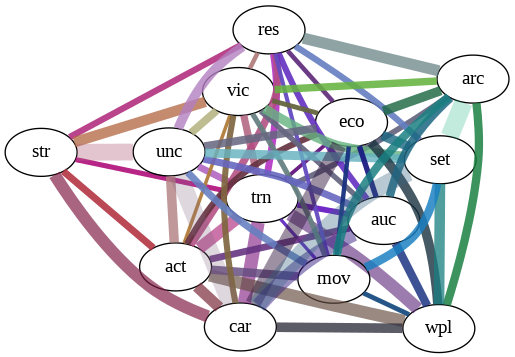
Above: chapg.png in mnagaku/digraj202103 (Graphviz), before the change. Its source is kept beside it as chapg.dot.
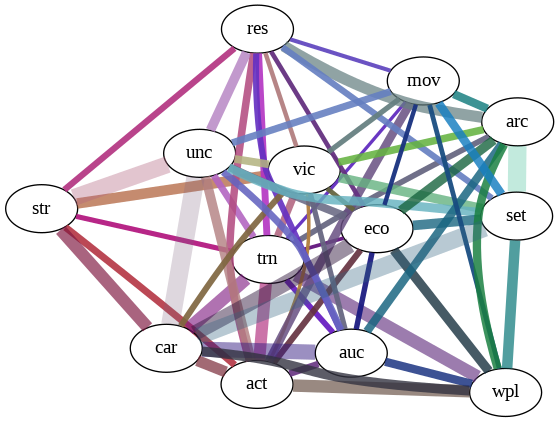
After the commit.

What changed in the source:
```diff
@@ -1,185 +1,126 @@
 strict graph "" {
 	graph [layout=fdp,
+		overlap=False,
 		splines=True
 	];
 	str -- trn	[color="#b21980f0",
-		penwidth=3.8348249442368525,
-		weight=0.0058823529411764705];
+		penwidth=3.8348249442368525];
 	str -- act	[color="#b23240e3",
-		penwidth=5.270462766947299,
-		weight=0.011111111111111112];
+		penwidth=5.270462766947299];
 	str -- res	[color="#b23280e8",
-		penwidth=4.767312946227961,
-		weight=0.00909090909090909];
+		penwidth=4.767312946227961];
 	str -- vic	[color="#b26540c0",
-		penwidth=7.905694150420948,
-		weight=0.025];
+		penwidth=7.905694150420948];
 	str -- unc	[color="#b265805f",
-		penwidth=12.613124477737825,
-		weight=0.06363636363636363];
+		penwidth=12.613124477737825];
 	str -- car	[color="#7f1940ab",
-		penwidth=9.128709291752768,
-		weight=0.03333333333333333];
+		penwidth=9.128709291752768];
 	trn -- act	[color="#b23280ad",
-		penwidth=9.03876907577734,
-		weight=0.032679738562091505];
+		penwidth=9.03876907577734];
 	trn -- res	[color="#b232c0e4",
-		penwidth=5.1708768999501915,
-		weight=0.0106951871657754];
+		penwidth=5.1708768999501915];
 	trn -- vic	[color="#b26580e1",
-		penwidth=5.423261445466404,
-		weight=0.011764705882352941];
+		penwidth=5.423261445466404];
 	trn -- unc	[color="#b265c0e4",
-		penwidth=5.1708768999501915,
-		weight=0.0106951871657754];
+		penwidth=5.1708768999501915];
 	trn -- eco	[color="#651980f7",
-		penwidth=2.782074420373286,
-		weight=0.0030959752321981426];
+		penwidth=2.782074420373286];
 	trn -- auc	[color="#6519c0ec",
-		penwidth=4.287464628562721,
-		weight=0.007352941176470588];
+		penwidth=4.287464628562721];
 	trn -- wpl	[color="#653280a3",
-		penwidth=9.58706236059213,
-		weight=0.03676470588235294];
+		penwidth=9.58706236059213];
 	trn -- mov	[color="#6532c0f8",
-		penwidth=2.4753688574416857,
-		weight=0.0024509803921568627];
+		penwidth=2.4753688574416857];
 	trn -- arc	[color="#656580ec",
-		penwidth=4.287464628562721,
-		weight=0.007352941176470588];
+		penwidth=4.287464628562721];
 	trn -- car	[color="#7f19809c",
-		penwidth=9.901475429766743,
-		weight=0.0392156862745098];
+		penwidth=9.901475429766743];
 	act -- res	[color="#b24c80df",
-		penwidth=5.618332187193683,
-		weight=0.012626262626262626];
+		penwidth=5.618332187193683];
 	act -- vic	[color="#b27f40f8",
-		penwidth=2.6352313834736494,
-		weight=0.002777777777777778];
+		penwidth=2.6352313834736494];
 	act -- unc	[color="#b27f80cc",
-		penwidth=7.106690545187015,
-		weight=0.020202020202020204];
+		penwidth=7.106690545187015];
 	act -- eco	[color="#653240e9",
-		penwidth=4.68292905790847,
-		weight=0.008771929824561403];
+		penwidth=4.68292905790847];
 	act -- auc	[color="#653280e4",
-		penwidth=5.103103630798287,
-		weight=0.010416666666666666];
+		penwidth=5.103103630798287];
 	act -- wpl	[color="#654c40a8",
-		penwidth=9.316949906249123,
-		weight=0.034722222222222224];
+		penwidth=9.316949906249123];
 	act -- mov	[color="#654c80d6",
-		penwidth=6.364688465216445,
-		weight=0.016203703703703703];
+		penwidth=6.364688465216445];
 	act -- car	[color="#7f3240b9",
-		penwidth=8.333333333333332,
-		weight=0.027777777777777776];
+		penwidth=8.333333333333332];
 	res -- vic	[color="#b27f80f3",
-		penwidth=3.3709993123162105,
-		weight=0.004545454545454545];
+		penwidth=3.3709993123162105];
 	res -- unc	[color="#b27fc0cb",
-		penwidth=7.1869946822008615,
-		weight=0.02066115702479339];
+		penwidth=7.1869946822008615];
 	res -- eco	[color="#653280f3",
-		penwidth=3.4585723193303735,
-		weight=0.004784688995215311];
+		penwidth=3.4585723193303735];
 	res -- auc	[color="#6532c0e9",
-		penwidth=4.615930911724978,
-		weight=0.008522727272727272];
+		penwidth=4.615930911724978];
 	res -- mov	[color="#654cc0f5",
-		penwidth=3.0772872744833184,
-		weight=0.003787878787878788];
+		penwidth=3.0772872744833184];
 	res -- arc	[color="#657f80b7",
-		penwidth=8.427498280790525,
-		weight=0.028409090909090908];
+		penwidth=8.427498280790525];
 	res -- set	[color="#657fc0e8",
-		penwidth=4.767312946227961,
-		weight=0.00909090909090909];
+		penwidth=4.767312946227961];
 	vic -- unc	[color="#b2b280dc",
-		penwidth=5.8387420812114215,
-		weight=0.013636363636363636];
+		penwidth=5.8387420812114215];
 	vic -- eco	[color="#656540f1",
-		penwidth=3.6273812505500582,
-		weight=0.005263157894736842];
+		penwidth=3.6273812505500582];
 	vic -- auc	[color="#656580ef",
-		penwidth=3.952847075210474,
-		weight=0.00625];
+		penwidth=3.952847075210474];
 	vic -- mov	[color="#657f80ef",
-		penwidth=3.952847075210474,
-		weight=0.00625];
+		penwidth=3.952847075210474];
 	vic -- arc	[color="#65b240df",
-		penwidth=5.5901699437494745,
-		weight=0.0125];
+		penwidth=5.5901699437494745];
 	vic -- set	[color="#65b280cd",
-		penwidth=7.0710678118654755,
-		weight=0.02];
+		penwidth=7.0710678118654755];
 	vic -- car	[color="#7f6540ea",
-		penwidth=4.564354645876384,
-		weight=0.008333333333333333];
+		penwidth=4.564354645876384];
 	unc -- eco	[color="#656580db",
-		penwidth=5.990422978731538,
-		weight=0.014354066985645933];
+		penwidth=5.990422978731538];
 	unc -- auc	[color="#6565c0e2",
-		penwidth=5.330017908890261,
-		weight=0.011363636363636364];
+		penwidth=5.330017908890261];
 	unc -- mov	[color="#657fc0e2",
-		penwidth=5.330017908890261,
-		weight=0.011363636363636364];
+		penwidth=5.330017908890261];
 	unc -- set	[color="#65b2c0d1",
-		penwidth=6.741998624632421,
-		weight=0.01818181818181818];
+		penwidth=6.741998624632421];
 	unc -- car	[color="#7f658041",
-		penwidth=13.762047064079507,
-		weight=0.07575757575757576];
+		penwidth=13.762047064079507];
 	eco -- auc	[color="#191980ee",
-		penwidth=4.055535528269064,
-		weight=0.006578947368421052];
+		penwidth=4.055535528269064];
 	eco -- wpl	[color="#193240cd",
-		penwidth=7.024393586862704,
-		weight=0.019736842105263157];
+		penwidth=7.024393586862704];
 	eco -- mov	[color="#193280f4",
-		penwidth=3.3113308926626095,
-		weight=0.0043859649122807015];
+		penwidth=3.3113308926626095];
 	eco -- arc	[color="#196540cd",
-		penwidth=7.024393586862704,
-		weight=0.019736842105263157];
+		penwidth=7.024393586862704];
 	eco -- set	[color="#196580ca",
-		penwidth=7.2547625011001164,
-		weight=0.021052631578947368];
+		penwidth=7.2547625011001164];
 	eco -- car	[color="#3219407b",
-		penwidth=11.470786693528089,
-		weight=0.05263157894736842];
+		penwidth=11.470786693528089];
 	auc -- wpl	[color="#193280d7",
-		penwidth=6.25,
-		weight=0.015625];
+		penwidth=6.25];
 	auc -- arc	[color="#196580d7",
-		penwidth=6.25,
-		weight=0.015625];
+		penwidth=6.25];
 	auc -- car	[color="#3219807c",
-		penwidth=11.41088661469096,
-		weight=0.052083333333333336];
+		penwidth=11.41088661469096];
 	wpl -- mov	[color="#194c80f1",
-		penwidth=3.608439182435161,
-		weight=0.005208333333333333];
+		penwidth=3.608439182435161];
 	wpl -- arc	[color="#197f40d7",
-		penwidth=6.25,
-		weight=0.015625];
+		penwidth=6.25];
 	wpl -- set	[color="#197f80c0",
-		penwidth=7.905694150420948,
-		weight=0.025];
+		penwidth=7.905694150420948];
 	wpl -- car	[color="#323240ca",
-		penwidth=7.216878364870322,
-		weight=0.020833333333333332];
+		penwidth=7.216878364870322];
 	mov -- arc	[color="#197f80d7",
-		penwidth=6.25,
-		weight=0.015625];
+		penwidth=6.25];
 	mov -- set	[color="#197fc0d5",
-		penwidth=6.454972243679028,
-		weight=0.016666666666666666];
+		penwidth=6.454972243679028];
 	arc -- set	[color="#19b28043",
-		penwidth=13.693063937629152,
-		weight=0.075];
+		penwidth=13.693063937629152];
 	set -- car	[color="#32658058",
-		penwidth=12.909944487358056,
-		weight=0.06666666666666667];
+		penwidth=12.909944487358056];
 }
```
